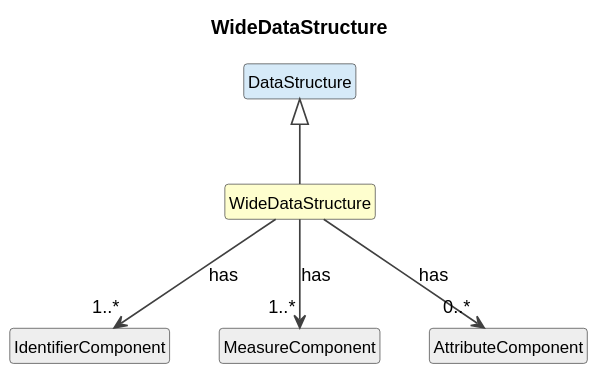
Cross-Domain-Interoperability-Framework/metadataBuildingBlocks keeps this PlantUML diagram as cdif-uml-model/_plantuml/cdifDataStructure/Classes/WideDataStructure.svg. Above is the earlier version. The source it was exported from:
```plantuml
@startuml
title WideDataStructure
hide circle
hide empty members
skinparam shadowing false
skinparam ArrowThickness 1.2
skinparam class {
  ArrowColor #404040
  BorderColor #404040
  FontSize 12
}

class "WideDataStructure" as WideDataStructure #FEFECE
class "DataStructure" as DataStructure #D6EAF8
DataStructure <|-- WideDataStructure
class "IdentifierComponent" as IdentifierComponent #EEEEEE
WideDataStructure --> "1..*" IdentifierComponent : has
class "MeasureComponent" as MeasureComponent #EEEEEE
WideDataStructure --> "1..*" MeasureComponent : has
class "AttributeComponent" as AttributeComponent #EEEEEE
WideDataStructure --> "0..*" AttributeComponent : has
@enduml
```
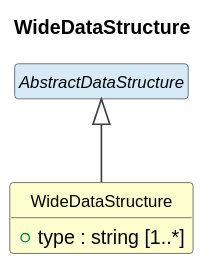
Above is the later version.

What changed in the source:
```diff
@@ -10,13 +10,9 @@
   FontSize 12
 }
 
-class "WideDataStructure" as WideDataStructure #FEFECE
-class "DataStructure" as DataStructure #D6EAF8
-DataStructure <|-- WideDataStructure
-class "IdentifierComponent" as IdentifierComponent #EEEEEE
-WideDataStructure --> "1..*" IdentifierComponent : has
-class "MeasureComponent" as MeasureComponent #EEEEEE
-WideDataStructure --> "1..*" MeasureComponent : has
-class "AttributeComponent" as AttributeComponent #EEEEEE
-WideDataStructure --> "0..*" AttributeComponent : has
+class "WideDataStructure" as WideDataStructure #FEFECE {
+  +type : string [1..*]
+}
+abstract class "AbstractDataStructure" as AbstractDataStructure #D6EAF8
+AbstractDataStructure <|-- WideDataStructure
 @enduml
```
